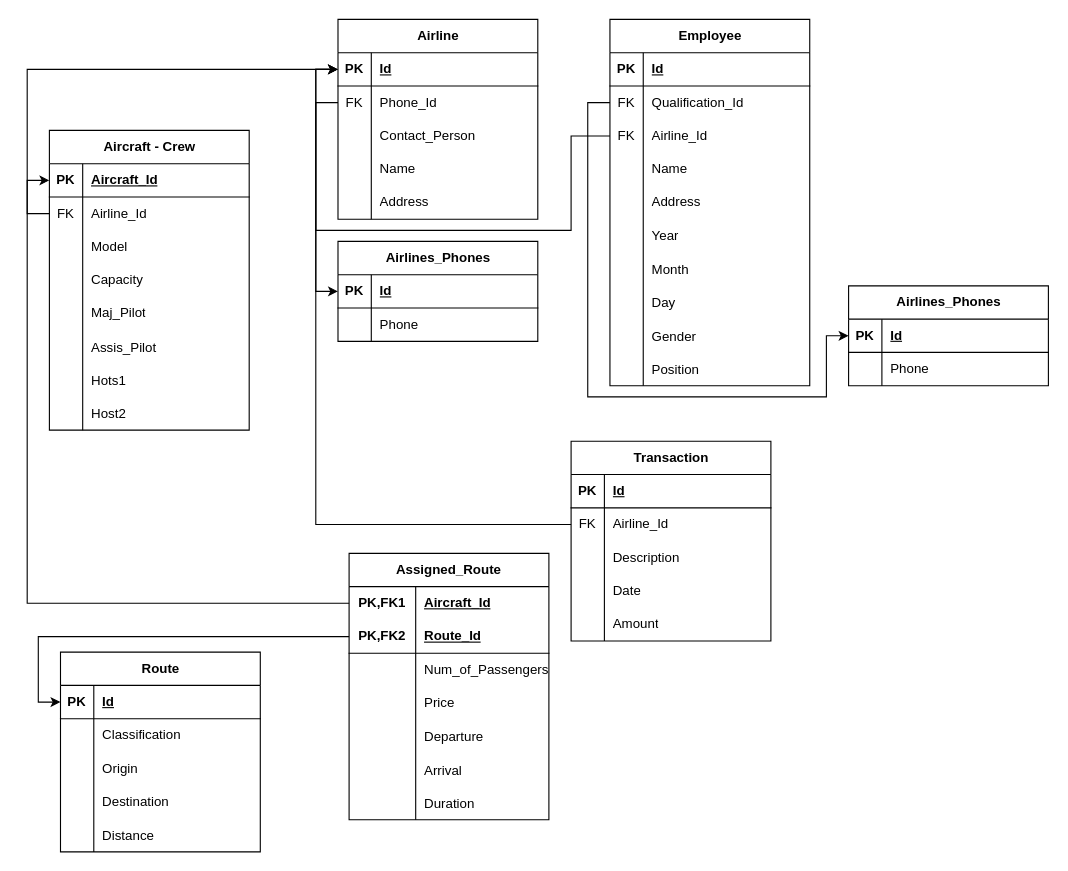
This is Mapping/mapping-airlines.drawio from omareldesokyy/ERD, a draw.io file, before an edit. Source tidied: cells renumbered, new cells numbered last; positions are measured from the earlier drawing's top-left corner, leaving out a move shared by most shapes. Both pictures are drawn from the tidied source at 111%, with x=0, y=0 at pixel (49, 19).
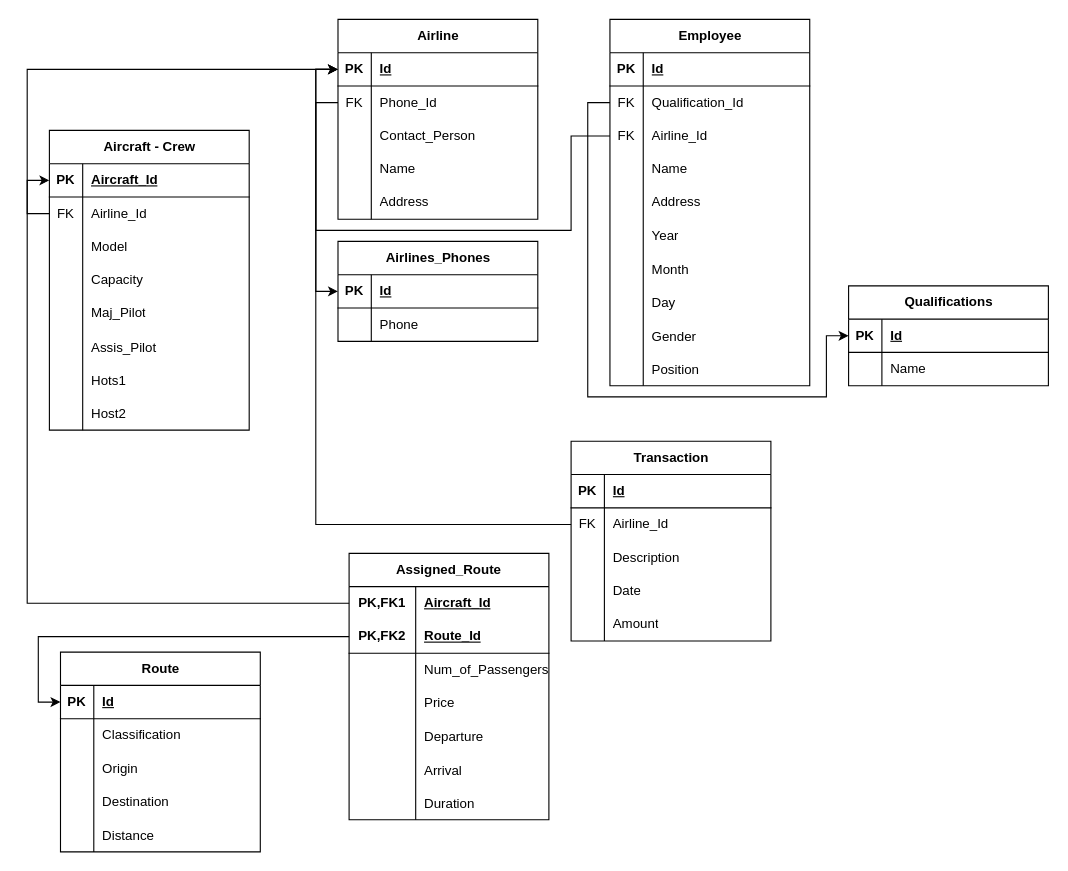
The same diagram, later.

The change refers to these unchanged cells:
```xml
<mxCell id="143" style="shape=tableRow;horizontal=0;startSize=0;swimlaneHead=0;swimlaneBody=0;fillColor=none;top=0;left=0;right=0;bottom=0;" parent="139" vertex="1">
  <mxGeometry y="60" width="180" height="30" as="geometry" />
</mxCell>
```

Diff of the diagram source:
```diff
@@
-    <mxCell id="139" value="Airlines_Phones" style="shape=table;startSize=30;childLayout=tableLayout;rowLines=0;fontStyle=1;align=center;html=1;" parent="1" vertex="1">
+    <mxCell id="139" value="Qualifications" style="shape=table;startSize=30;childLayout=tableLayout;rowLines=0;fontStyle=1;align=center;html=1;" parent="1" vertex="1">
       <mxGeometry x="720" y="240" width="180" height="90" as="geometry" />
     </mxCell>
@@
-    <mxCell id="145" value="Phone" style="shape=partialRectangle;fillColor=none;top=0;left=0;bottom=0;right=0;align=left;spacingLeft=6;overflow=hidden;whiteSpace=wrap;html=1;" parent="143" vertex="1">
+    <mxCell id="145" value="Name" style="shape=partialRectangle;fillColor=none;top=0;left=0;bottom=0;right=0;align=left;spacingLeft=6;overflow=hidden;whiteSpace=wrap;html=1;" parent="143" vertex="1">
       <mxGeometry x="30" width="150" height="30" as="geometry" />
     </mxCell>
```
